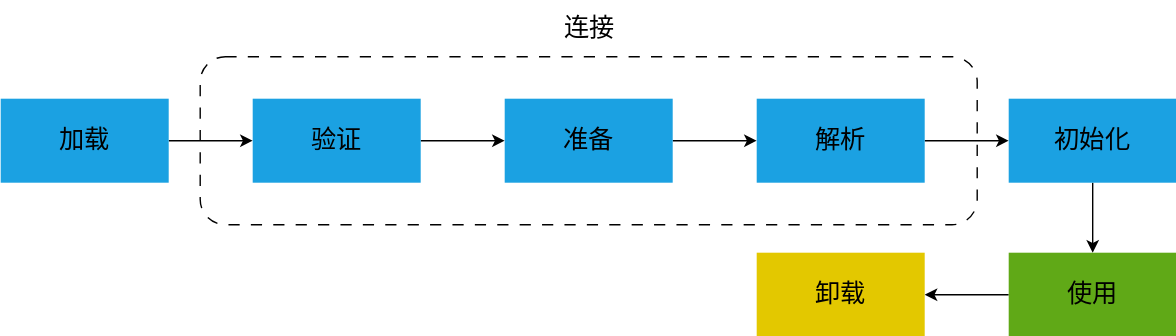
Earlier version of the draw.io export assets/drawio/jvm类加载过程.svg (zhanjixun/zhanjixun.github.io). Source tidied: cells renumbered, new cells last; positions are measured from the earlier drawing's top-left corner, leaving out a move shared by most shapes.
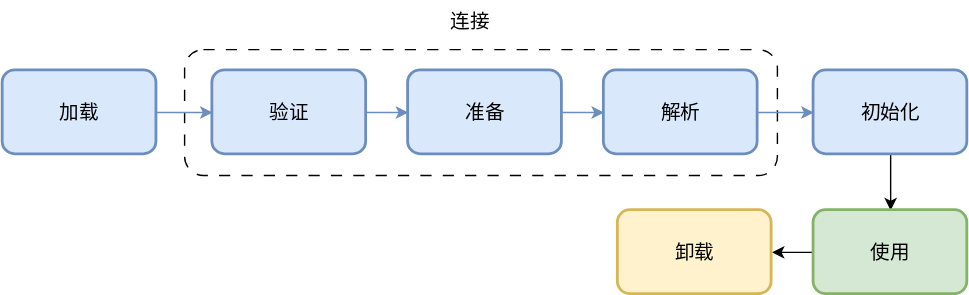
Above is the later version.

What changed in the source:
```diff
@@ -2,50 +2,50 @@
   <root>
     <mxCell id="0" />
     <mxCell id="1" parent="0" />
-    <mxCell id="2" style="rounded=1;whiteSpace=wrap;html=1;fillColor=none;dashed=1;fontSize=18;fontColor=#000000;glass=0;shadow=0;dashPattern=8 8;" parent="1" vertex="1">
-      <mxGeometry x="142.5" y="40" width="555" height="120" as="geometry" />
+    <mxCell id="2" style="rounded=1;whiteSpace=wrap;html=1;fillColor=none;dashed=1;fontSize=14;fontColor=#000000;glass=0;shadow=0;dashPattern=8 8;fontStyle=0;" parent="1" vertex="1">
+      <mxGeometry x="200" y="55" width="424" height="90" as="geometry" />
     </mxCell>
-    <mxCell id="3" style="edgeStyle=orthogonalEdgeStyle;rounded=0;jettySize=auto;html=1;exitX=1;exitY=0.5;exitDx=0;exitDy=0;entryX=0;entryY=0.5;entryDx=0;entryDy=0;fontSize=18;fontColor=#000000;" parent="1" edge="1" source="4" target="6">
+    <mxCell id="3" style="edgeStyle=orthogonalEdgeStyle;rounded=0;jettySize=auto;html=1;exitX=1;exitY=0.5;exitDx=0;exitDy=0;entryX=0;entryY=0.5;entryDx=0;entryDy=0;fontSize=14;fontColor=#000000;fillColor=#dae8fc;strokeColor=#6c8ebf;fontStyle=0;" parent="1" edge="1" source="4" target="6">
       <mxGeometry relative="1" as="geometry" />
     </mxCell>
-    <mxCell id="4" value="加载" style="rounded=0;whiteSpace=wrap;html=1;fontSize=18;fillColor=#1ba1e2;fontColor=#000000;strokeColor=none;" parent="1" vertex="1">
-      <mxGeometry y="70" width="120" height="60" as="geometry" />
+    <mxCell id="4" value="加载" style="rounded=1;whiteSpace=wrap;html=1;fontSize=14;fillColor=#dae8fc;strokeColor=#6c8ebf;strokeWidth=2;fontStyle=0;" parent="1" vertex="1">
+      <mxGeometry x="70" y="70" width="110" height="60" as="geometry" />
     </mxCell>
-    <mxCell id="5" style="edgeStyle=orthogonalEdgeStyle;rounded=0;jettySize=auto;html=1;exitX=1;exitY=0.5;exitDx=0;exitDy=0;entryX=0;entryY=0.5;entryDx=0;entryDy=0;fontSize=18;fontColor=#000000;" parent="1" edge="1" source="6" target="8">
+    <mxCell id="5" style="edgeStyle=orthogonalEdgeStyle;rounded=0;jettySize=auto;html=1;exitX=1;exitY=0.5;exitDx=0;exitDy=0;entryX=0;entryY=0.5;entryDx=0;entryDy=0;fontSize=14;fontColor=#000000;fillColor=#dae8fc;strokeColor=#6c8ebf;fontStyle=0;" parent="1" edge="1" source="6" target="8">
       <mxGeometry relative="1" as="geometry" />
     </mxCell>
-    <mxCell id="6" value="验证" style="rounded=0;whiteSpace=wrap;html=1;fontSize=18;fillColor=#1ba1e2;fontColor=#000000;strokeColor=none;" parent="1" vertex="1">
-      <mxGeometry x="180" y="70" width="120" height="60" as="geometry" />
+    <mxCell id="6" value="验证" style="rounded=1;whiteSpace=wrap;html=1;fontSize=14;fillColor=#dae8fc;strokeColor=#6c8ebf;strokeWidth=2;fontStyle=0;" parent="1" vertex="1">
+      <mxGeometry x="220" y="70" width="110" height="60" as="geometry" />
     </mxCell>
-    <mxCell id="7" style="edgeStyle=orthogonalEdgeStyle;rounded=0;jettySize=auto;html=1;exitX=1;exitY=0.5;exitDx=0;exitDy=0;entryX=0;entryY=0.5;entryDx=0;entryDy=0;fontSize=18;fontColor=#000000;" parent="1" edge="1" source="8" target="10">
+    <mxCell id="7" style="edgeStyle=orthogonalEdgeStyle;rounded=0;jettySize=auto;html=1;exitX=1;exitY=0.5;exitDx=0;exitDy=0;entryX=0;entryY=0.5;entryDx=0;entryDy=0;fontSize=14;fontColor=#000000;fillColor=#dae8fc;strokeColor=#6c8ebf;fontStyle=0;" parent="1" edge="1" source="8" target="10">
       <mxGeometry relative="1" as="geometry" />
     </mxCell>
-    <mxCell id="8" value="准备" style="rounded=0;whiteSpace=wrap;html=1;fontSize=18;fillColor=#1ba1e2;fontColor=#000000;strokeColor=none;" parent="1" vertex="1">
-      <mxGeometry x="360" y="70" width="120" height="60" as="geometry" />
+    <mxCell id="8" value="准备" style="rounded=1;whiteSpace=wrap;html=1;fontSize=14;fillColor=#dae8fc;strokeColor=#6c8ebf;strokeWidth=2;fontStyle=0;" parent="1" vertex="1">
+      <mxGeometry x="360" y="70" width="110" height="60" as="geometry" />
     </mxCell>
-    <mxCell id="9" style="edgeStyle=orthogonalEdgeStyle;rounded=0;jettySize=auto;html=1;exitX=1;exitY=0.5;exitDx=0;exitDy=0;entryX=0;entryY=0.5;entryDx=0;entryDy=0;fontSize=18;fontColor=#000000;" parent="1" edge="1" source="10" target="12">
+    <mxCell id="9" style="edgeStyle=orthogonalEdgeStyle;rounded=0;jettySize=auto;html=1;exitX=1;exitY=0.5;exitDx=0;exitDy=0;entryX=0;entryY=0.5;entryDx=0;entryDy=0;fontSize=14;fontColor=#000000;fillColor=#dae8fc;strokeColor=#6c8ebf;fontStyle=0;" parent="1" edge="1" source="10" target="12">
       <mxGeometry relative="1" as="geometry" />
     </mxCell>
-    <mxCell id="10" value="解析" style="rounded=0;whiteSpace=wrap;html=1;fontSize=18;fillColor=#1ba1e2;fontColor=#000000;strokeColor=none;" parent="1" vertex="1">
-      <mxGeometry x="540" y="70" width="120" height="60" as="geometry" />
+    <mxCell id="10" value="解析" style="rounded=1;whiteSpace=wrap;html=1;fontSize=14;fillColor=#dae8fc;strokeColor=#6c8ebf;strokeWidth=2;fontStyle=0;" parent="1" vertex="1">
+      <mxGeometry x="500" y="70" width="110" height="60" as="geometry" />
     </mxCell>
-    <mxCell id="11" style="edgeStyle=orthogonalEdgeStyle;rounded=0;jettySize=auto;html=1;exitX=0.5;exitY=1;exitDx=0;exitDy=0;entryX=0.5;entryY=0;entryDx=0;entryDy=0;fontSize=18;fontColor=#000000;" parent="1" edge="1" source="12" target="14">
+    <mxCell id="11" style="edgeStyle=orthogonalEdgeStyle;rounded=0;jettySize=auto;html=1;exitX=0.5;exitY=1;exitDx=0;exitDy=0;entryX=0.5;entryY=0;entryDx=0;entryDy=0;fontSize=14;fontColor=#000000;fontStyle=0;" parent="1" edge="1" source="12" target="14">
       <mxGeometry relative="1" as="geometry" />
     </mxCell>
-    <mxCell id="12" value="初始化" style="rounded=0;whiteSpace=wrap;html=1;fontSize=18;fillColor=#1ba1e2;fontColor=#000000;strokeColor=none;" parent="1" vertex="1">
-      <mxGeometry x="720" y="70" width="120" height="60" as="geometry" />
+    <mxCell id="12" value="初始化" style="rounded=1;whiteSpace=wrap;html=1;fontSize=14;fillColor=#dae8fc;strokeColor=#6c8ebf;strokeWidth=2;fontStyle=0;" parent="1" vertex="1">
+      <mxGeometry x="650" y="70" width="110" height="60" as="geometry" />
     </mxCell>
-    <mxCell id="13" style="edgeStyle=orthogonalEdgeStyle;rounded=0;jettySize=auto;html=1;exitX=0;exitY=0.5;exitDx=0;exitDy=0;entryX=1;entryY=0.5;entryDx=0;entryDy=0;fontSize=18;fontColor=#000000;" parent="1" edge="1" source="14" target="15">
+    <mxCell id="13" style="edgeStyle=orthogonalEdgeStyle;rounded=0;jettySize=auto;html=1;exitX=0;exitY=0.5;exitDx=0;exitDy=0;entryX=1;entryY=0.5;entryDx=0;entryDy=0;fontSize=14;fontColor=#000000;fontStyle=0;" parent="1" edge="1" source="14" target="15">
       <mxGeometry relative="1" as="geometry" />
     </mxCell>
-    <mxCell id="14" value="使用" style="rounded=0;whiteSpace=wrap;html=1;fontSize=18;fillColor=#60a917;fontColor=#000000;strokeColor=none;" parent="1" vertex="1">
-      <mxGeometry x="720" y="180" width="120" height="60" as="geometry" />
+    <mxCell id="14" value="使用" style="rounded=1;whiteSpace=wrap;html=1;fontSize=14;fillColor=#d5e8d4;strokeColor=#82b366;strokeWidth=2;fontStyle=0;" parent="1" vertex="1">
+      <mxGeometry x="650" y="170" width="110" height="60" as="geometry" />
     </mxCell>
-    <mxCell id="15" value="卸载" style="rounded=0;whiteSpace=wrap;html=1;fontSize=18;fillColor=#e3c800;fontColor=#000000;strokeColor=none;" parent="1" vertex="1">
-      <mxGeometry x="540" y="180" width="120" height="60" as="geometry" />
+    <mxCell id="15" value="卸载" style="rounded=1;whiteSpace=wrap;html=1;fontSize=14;fillColor=#fff2cc;strokeColor=#d6b656;strokeWidth=2;fontStyle=0;" parent="1" vertex="1">
+      <mxGeometry x="510" y="170" width="110" height="60" as="geometry" />
     </mxCell>
-    <mxCell id="16" value="连接" style="text;html=1;align=center;verticalAlign=middle;strokeColor=none;fillColor=none;fontSize=18;fontColor=#000000;" parent="1" vertex="1">
-      <mxGeometry x="390" width="60" height="40" as="geometry" />
+    <mxCell id="16" value="连接" style="text;html=1;align=center;verticalAlign=middle;strokeColor=none;fillColor=none;fontSize=14;fontColor=#000000;fontStyle=0;" parent="1" vertex="1">
+      <mxGeometry x="379" y="20" width="50" height="30" as="geometry" />
     </mxCell>
   </root>
 </mxGraphModel>
```
